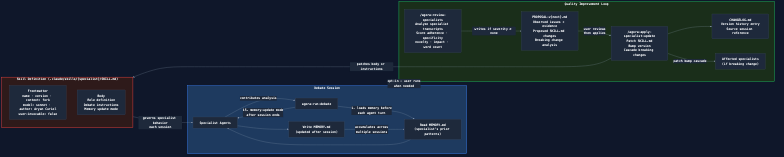
aryan-curiel/agora keeps this Mermaid diagram as docs/diagrams/04-continuous-improvement.png. Above is the earlier version. Its source is kept beside it as docs/diagrams/04-continuous-improvement.mmd.
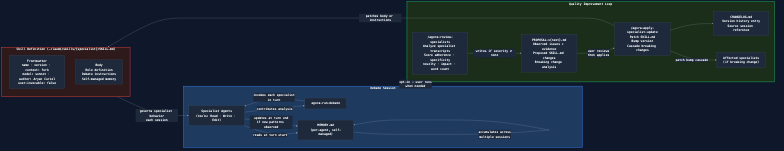
Above is the later version.

Commit message:
Update diagrams, landing page, and slides for agent-owned memory

Diff of the diagram source:
```diff
@@ -4,14 +4,12 @@
     subgraph SESSION["Debate Session"]
         direction TB
         RD["agora-run-debate"]
-        AGENTS["Specialist Agents"]
-        MEM_R["Read MEMORY.md\n(specialist's prior patterns)"]
-        MEM_W["Write MEMORY.md\n(updated after session)"]
-        RD -->|"1. loads memory before\neach agent turn"| MEM_R
-        MEM_R --> AGENTS
+        AGENTS["Specialist Agents\n(tools: Read · Write · Edit)"]
+        MEM["MEMORY.md\n(per-agent, self-managed)"]
+        RD -->|"invokes each specialist\nin turn"| AGENTS
+        AGENTS -->|"reads at turn start"| MEM
         AGENTS -->|"contributes analysis"| RD
-        RD -->|"15. memory-update mode\nafter session ends"| AGENTS
-        AGENTS --> MEM_W
+        AGENTS -->|"updates at turn end\nif new patterns observed"| MEM
     end
 
     subgraph REVIEW_LOOP["Quality Improvement Loop"]
@@ -29,10 +27,10 @@
     subgraph SKILL_FILE["Skill Definition  (.claude/skills/{specialist}/SKILL.md)"]
         direction TB
         FRONTMATTER["Frontmatter\nname · version · context: fork\nmodel: sonnet · author: Aryan Curiel\nuser-invocable: false"]
-        BODY["Body\nRole definition\nDebate instructions\nMemory update mode"]
+        BODY["Body\nRole definition\nDebate instructions\nSelf-managed memory"]
     end
 
-    MEM_W -->|"accumulates across\nmultiple sessions"| MEM_R
+    MEM -->|"accumulates across\nmultiple sessions"| MEM
     SESSION -->|"opt-in — user runs\nwhen needed"| REVIEW_LOOP
     APPLY -->|"patches body or instructions"| SKILL_FILE
     SKILL_FILE -->|"governs specialist behavior\neach session"| AGENTS
```
